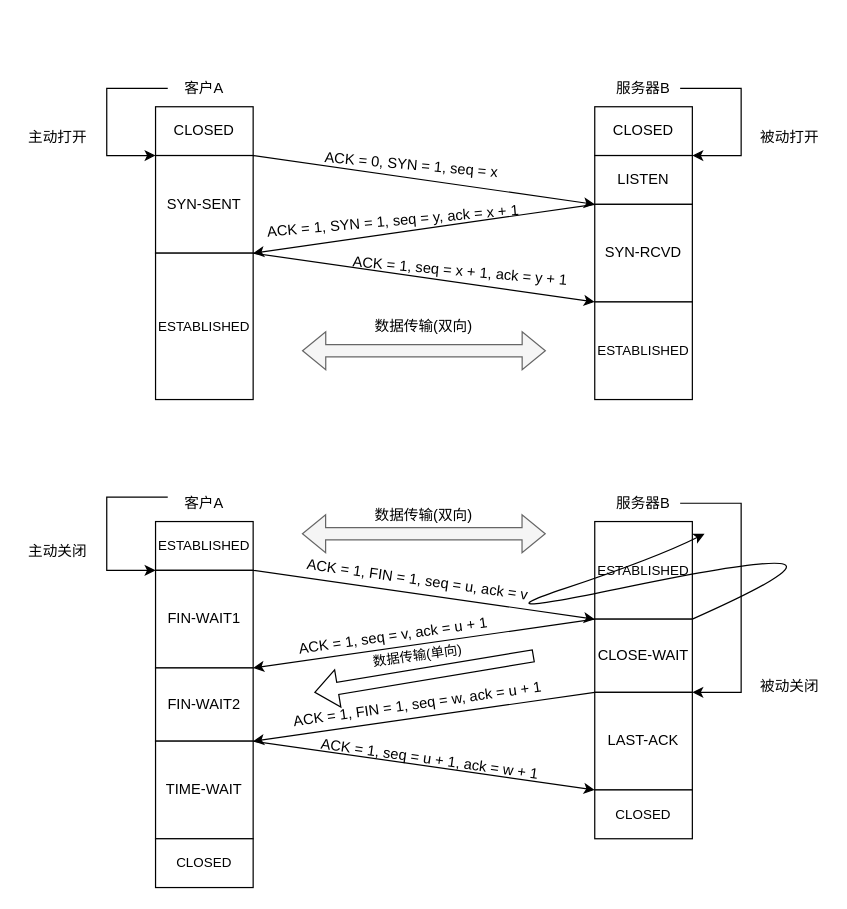
This is 绘图/三报文握手.drawio from galaxynn/PostgraduateEntranceExams, a draw.io file, before an edit. Source tidied: cells renumbered, new cells numbered last; positions are measured from the earlier drawing's top-left corner, leaving out a move shared by most shapes. Both pictures are drawn from the tidied source at 122%, with x=0, y=0 at pixel (21, 70).
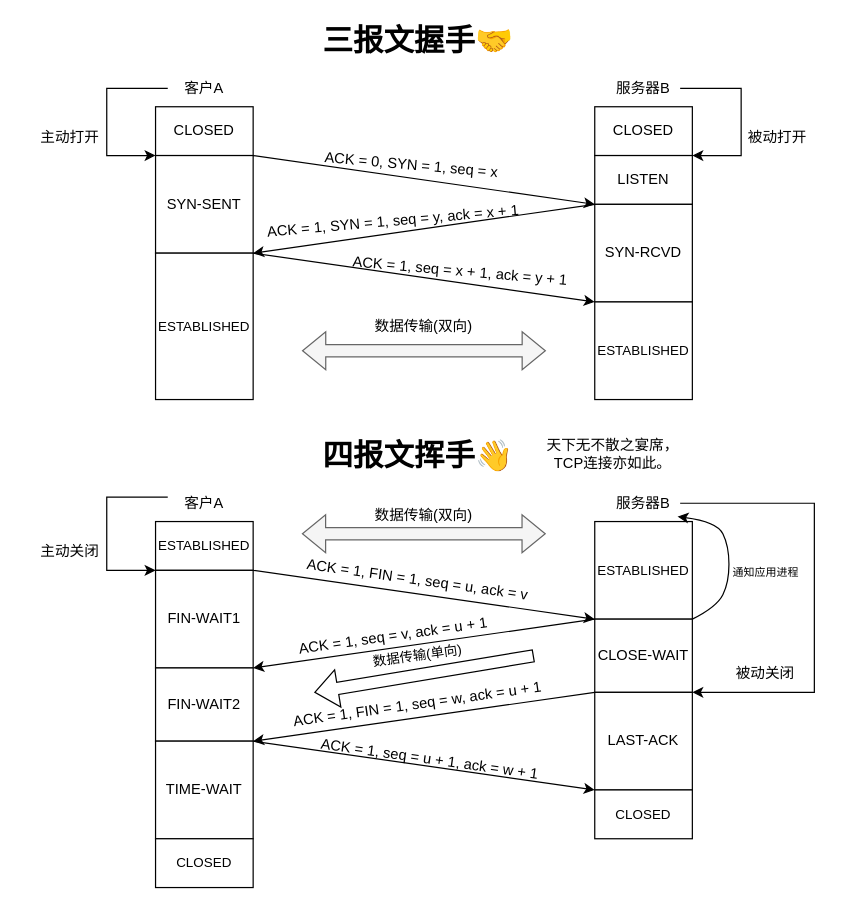
After the change.

Unchanged cells that the change refers to:
```xml
<mxCell id="26" value="CLOSE-WAIT" style="rounded=0;whiteSpace=wrap;html=1;" parent="1" vertex="1">
  <mxGeometry x="470" y="450" width="80" height="60" as="geometry" />
</mxCell>
<mxCell id="28" value="LAST-ACK" style="rounded=0;whiteSpace=wrap;html=1;" parent="1" vertex="1">
  <mxGeometry x="470" y="510" width="80" height="80" as="geometry" />
</mxCell>
<mxCell id="37" value="服务器B" style="text;html=1;align=center;verticalAlign=middle;whiteSpace=wrap;rounded=0;" parent="1" vertex="1">
  <mxGeometry x="480" y="340" width="60" height="30" as="geometry" />
</mxCell>
```

Change to the diagram source:
```diff
@@
     <mxCell id="20" value="主动打开" style="text;html=1;align=center;verticalAlign=middle;whiteSpace=wrap;rounded=0;" parent="1" vertex="1">
-      <mxGeometry y="40" width="60" height="30" as="geometry" />
+      <mxGeometry x="10" y="40" width="60" height="30" as="geometry" />
     </mxCell>
     <mxCell id="21" value="被动打开" style="text;html=1;align=center;verticalAlign=middle;whiteSpace=wrap;rounded=0;" parent="1" vertex="1">
-      <mxGeometry x="600" y="40" width="60" height="30" as="geometry" />
+      <mxGeometry x="590" y="40" width="60" height="30" as="geometry" />
     </mxCell>
@@
     <mxCell id="36" style="edgeStyle=orthogonalEdgeStyle;rounded=0;jettySize=auto;html=1;entryX=1;entryY=0;entryDx=0;entryDy=0;" parent="1" edge="1" source="37" target="28">
       <mxGeometry relative="1" as="geometry">
         <Array as="points">
-          <mxPoint x="590" y="355" />
-          <mxPoint x="590" y="510" />
+          <mxPoint x="650" y="355" />
+          <mxPoint x="650" y="510" />
         </Array>
       </mxGeometry>
     </mxCell>
@@
     <mxCell id="48" value="主动关闭" style="text;html=1;align=center;verticalAlign=middle;whiteSpace=wrap;rounded=0;" parent="1" vertex="1">
-      <mxGeometry y="380" width="60" height="30" as="geometry" />
+      <mxGeometry x="10" y="380" width="60" height="30" as="geometry" />
     </mxCell>
     <mxCell id="49" value="被动关闭" style="text;html=1;align=center;verticalAlign=middle;whiteSpace=wrap;rounded=0;" parent="1" vertex="1">
-      <mxGeometry x="600" y="490" width="60" height="30" as="geometry" />
+      <mxGeometry x="580" y="480" width="60" height="30" as="geometry" />
     </mxCell>
-    <mxCell id="50" style="curved=1;endArrow=classic;html=1;rounded=0;exitX=1;exitY=0;exitDx=0;exitDy=0;" parent="1" edge="1" source="26">
-      <mxGeometry relative="1" as="geometry">
-        <mxPoint x="560" y="380" as="targetPoint" />
-        <Array as="points">
-          <mxPoint x="640" y="410" />
-          <mxPoint x="610" y="400" />
-          <mxPoint x="370" y="450" />
-          <mxPoint x="520" y="400" />
-        </Array>
-      </mxGeometry>
-    </mxCell>
+    <mxCell id="51" style="curved=1;endArrow=classic;html=1;rounded=0;exitX=1;exitY=0;exitDx=0;exitDy=0;entryX=0.964;entryY=0.865;entryDx=0;entryDy=0;entryPerimeter=0;" parent="1" edge="1" source="26" target="37">
+      <mxGeometry relative="1" as="geometry">
+        <Array as="points">
+          <mxPoint x="570" y="440" />
+          <mxPoint x="580" y="420" />
+          <mxPoint x="580" y="390" />
+          <mxPoint x="570" y="370" />
+        </Array>
+      </mxGeometry>
+    </mxCell>
+    <mxCell id="52" value="&lt;font style=&quot;font-size: 9px;&quot;&gt;通知应用进程&lt;/font&gt;" style="edgeLabel;html=1;align=center;verticalAlign=middle;" parent="51" vertex="1">
+      <mxGeometry x="-0.53" relative="1" as="geometry">
+        <mxPoint x="36" y="-23" as="offset" />
+      </mxGeometry>
+    </mxCell>
+    <mxCell id="53" value="&lt;font style=&quot;font-size: 25px;&quot;&gt;&lt;b style=&quot;&quot;&gt;三报文握手🤝&lt;/b&gt;&lt;/font&gt;" style="text;html=1;align=center;verticalAlign=middle;whiteSpace=wrap;rounded=0;" parent="1" vertex="1">
+      <mxGeometry x="230.8" y="-40" width="189.2" height="30" as="geometry" />
+    </mxCell>
+    <mxCell id="54" value="&lt;font style=&quot;font-size: 25px;&quot;&gt;&lt;b style=&quot;&quot;&gt;四报文挥手👋&lt;/b&gt;&lt;/font&gt;" style="text;html=1;align=center;verticalAlign=middle;whiteSpace=wrap;rounded=0;" parent="1" vertex="1">
+      <mxGeometry x="230.8" y="300" width="189.2" height="30" as="geometry" />
+    </mxCell>
+    <mxCell id="55" value="天下无不散之宴席，TCP连接亦如此。" style="text;html=1;align=center;verticalAlign=middle;whiteSpace=wrap;rounded=0;" parent="1" vertex="1">
+      <mxGeometry x="420" y="300" width="130" height="30" as="geometry" />
+    </mxCell>
```
